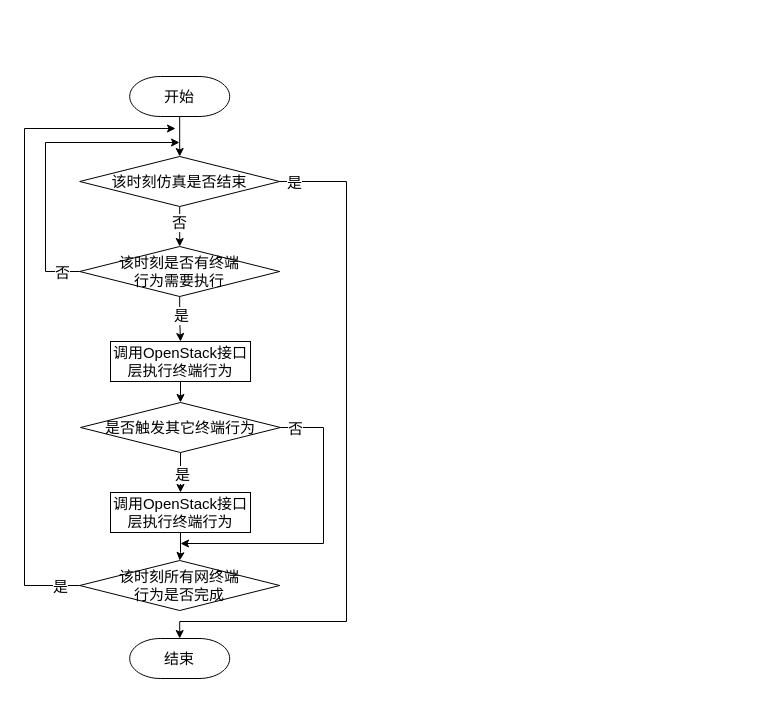
Before: page "动态网络仿真总体流程" (1 of 7) of 网络控制技术_流程图.drawio in Icarus1994/neutron_conf, a draw.io diagram. Source tidied: cells renumbered, new cells numbered last; positions are measured from the earlier drawing's top-left corner, leaving out a move shared by most shapes. Both pictures are drawn from the tidied source at 100%, with x=0, y=0 at pixel (24, 76).
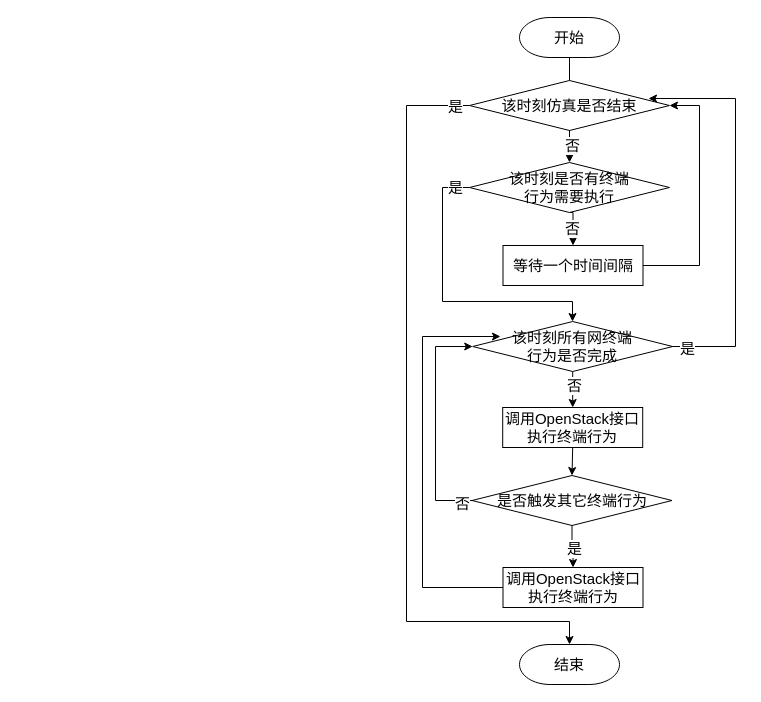
Above is the later version.

Commit message (it also covers changes not shown here):
Update 网络控制技术_流程图.drawio

Change to the diagram source:
```diff
@@
+    <mxCell id="27" style="edgeStyle=orthogonalEdgeStyle;rounded=0;jettySize=auto;html=1;exitX=0.5;exitY=1;exitDx=0;exitDy=0;exitPerimeter=0;entryX=0.5;entryY=0;entryDx=0;entryDy=0;entryPerimeter=0;fontSize=15;" parent="1" edge="1" source="2" target="22">
+      <mxGeometry relative="1" as="geometry" />
+    </mxCell>
+    <mxCell id="28" value="否" style="edgeLabel;html=1;align=center;verticalAlign=middle;fontSize=15;" parent="27" vertex="1">
+      <mxGeometry x="0.66" y="2" relative="1" as="geometry" />
+    </mxCell>
     <mxCell id="2" value="开始" style="strokeWidth=1;html=1;shape=mxgraph.flowchart.terminator;whiteSpace=wrap;fontSize=15;" parent="1" vertex="1">
-      <mxGeometry x="105.2" width="100" height="40" as="geometry" />
+      <mxGeometry x="495" y="-59" width="100" height="40" as="geometry" />
     </mxCell>
-    <mxCell id="3" style="edgeStyle=orthogonalEdgeStyle;rounded=0;jettySize=auto;html=1;exitX=0.5;exitY=1;exitDx=0;exitDy=0;exitPerimeter=0;entryX=0.5;entryY=0;entryDx=0;entryDy=0;strokeWidth=1;fontSize=15;" parent="1" edge="1" source="7" target="9">
-      <mxGeometry relative="1" as="geometry" />
-    </mxCell>
-    <mxCell id="4" value="是" style="text;html=1;align=center;verticalAlign=middle;labelBackgroundColor=#ffffff;fontSize=15;" parent="3" vertex="1">
-      <mxGeometry x="0.05" y="1" relative="1" as="geometry" />
-    </mxCell>
-    <mxCell id="5" style="edgeStyle=orthogonalEdgeStyle;rounded=0;jettySize=auto;html=1;exitX=1;exitY=0.5;exitDx=0;exitDy=0;exitPerimeter=0;strokeWidth=1;fontSize=15;" parent="1" edge="1" source="7">
-      <mxGeometry relative="1" as="geometry">
-        <mxPoint x="156" y="467" as="targetPoint" />
-        <Array as="points">
-          <mxPoint x="299" y="351" />
-          <mxPoint x="299" y="467" />
-        </Array>
-      </mxGeometry>
-    </mxCell>
-    <mxCell id="6" value="否" style="text;html=1;align=center;verticalAlign=middle;labelBackgroundColor=#ffffff;fontSize=15;" parent="5" vertex="1">
-      <mxGeometry x="-0.85" relative="1" as="geometry">
-        <mxPoint x="-8.2" as="offset" />
-      </mxGeometry>
-    </mxCell>
+    <mxCell id="29" style="edgeStyle=orthogonalEdgeStyle;rounded=0;jettySize=auto;html=1;exitX=0.5;exitY=1;exitDx=0;exitDy=0;exitPerimeter=0;entryX=0.5;entryY=0;entryDx=0;entryDy=0;strokeWidth=1;fontSize=15;" parent="1" edge="1" source="7" target="34">
+      <mxGeometry relative="1" as="geometry" />
+    </mxCell>
+    <mxCell id="30" value="是" style="text;html=1;align=center;verticalAlign=middle;labelBackgroundColor=#ffffff;fontSize=15;" parent="29" vertex="1">
+      <mxGeometry x="0.05" y="1" relative="1" as="geometry" />
+    </mxCell>
+    <mxCell id="31" style="edgeStyle=orthogonalEdgeStyle;rounded=0;jettySize=auto;html=1;exitX=0;exitY=0.5;exitDx=0;exitDy=0;exitPerimeter=0;entryX=0;entryY=0.5;entryDx=0;entryDy=0;entryPerimeter=0;fontSize=15;" parent="1" edge="1" source="7" target="18">
+      <mxGeometry relative="1" as="geometry">
+        <Array as="points">
+          <mxPoint x="411" y="424" />
+          <mxPoint x="411" y="270" />
+        </Array>
+      </mxGeometry>
+    </mxCell>
+    <mxCell id="32" value="否" style="edgeLabel;html=1;align=center;verticalAlign=middle;fontSize=15;" parent="31" vertex="1">
+      <mxGeometry x="-0.9" y="2" relative="1" as="geometry">
+        <mxPoint x="1" as="offset" />
+      </mxGeometry>
+    </mxCell>
     <mxCell id="7" value="&lt;span style=&quot;font-size: 15px&quot;&gt;是否触发其它终端行为&lt;br style=&quot;font-size: 15px&quot;&gt;&lt;/span&gt;" style="strokeWidth=1;html=1;shape=mxgraph.flowchart.decision;whiteSpace=wrap;fontSize=15;" parent="1" vertex="1">
-      <mxGeometry x="56" y="326" width="200" height="50" as="geometry" />
+      <mxGeometry x="447.5" y="399" width="200" height="50" as="geometry" />
     </mxCell>
-    <mxCell id="8" style="edgeStyle=orthogonalEdgeStyle;rounded=0;jettySize=auto;html=1;exitX=0.5;exitY=1;exitDx=0;exitDy=0;strokeWidth=1;fontSize=15;" parent="1" edge="1" source="9" target="18">
-      <mxGeometry relative="1" as="geometry" />
-    </mxCell>
-    <mxCell id="9" value="&lt;font style=&quot;font-size: 15px&quot;&gt;调用OpenStack接口层执行终端行为&lt;/font&gt;" style="rounded=0;whiteSpace=wrap;html=1;strokeWidth=1;fontSize=15;" parent="1" vertex="1">
-      <mxGeometry x="86" y="416" width="140" height="40" as="geometry" />
-    </mxCell>
-    <mxCell id="10" style="edgeStyle=orthogonalEdgeStyle;rounded=0;jettySize=auto;html=1;exitX=0.5;exitY=1;exitDx=0;exitDy=0;exitPerimeter=0;entryX=0.5;entryY=0;entryDx=0;entryDy=0;entryPerimeter=0;strokeWidth=1;fontSize=15;" parent="1" edge="1" source="14" target="22">
-      <mxGeometry relative="1" as="geometry" />
-    </mxCell>
-    <mxCell id="11" value="否" style="text;html=1;align=center;verticalAlign=middle;labelBackgroundColor=#ffffff;fontSize=15;" parent="10" vertex="1">
-      <mxGeometry x="-0.25" y="-1" relative="1" as="geometry" />
-    </mxCell>
+    <mxCell id="33" style="edgeStyle=orthogonalEdgeStyle;rounded=0;jettySize=auto;html=1;exitX=0;exitY=0.5;exitDx=0;exitDy=0;entryX=0.139;entryY=0.3;entryDx=0;entryDy=0;entryPerimeter=0;fontSize=15;" parent="1" edge="1" source="34" target="18">
+      <mxGeometry relative="1" as="geometry">
+        <Array as="points">
+          <mxPoint x="398" y="511" />
+          <mxPoint x="398" y="260" />
+        </Array>
+      </mxGeometry>
+    </mxCell>
+    <mxCell id="34" value="&lt;font style=&quot;font-size: 15px&quot;&gt;调用OpenStack接口执行终端行为&lt;/font&gt;" style="rounded=0;whiteSpace=wrap;html=1;strokeWidth=1;fontSize=15;" parent="1" vertex="1">
+      <mxGeometry x="478.5" y="491" width="140" height="40" as="geometry" />
+    </mxCell>
-    <mxCell id="12" style="edgeStyle=orthogonalEdgeStyle;rounded=0;jettySize=auto;html=1;exitX=1;exitY=0.5;exitDx=0;exitDy=0;exitPerimeter=0;entryX=0.5;entryY=0;entryDx=0;entryDy=0;entryPerimeter=0;fontSize=15;" parent="1" edge="1" source="14" target="15">
+    <mxCell id="12" style="edgeStyle=orthogonalEdgeStyle;rounded=0;jettySize=auto;html=1;exitX=0;exitY=0.5;exitDx=0;exitDy=0;exitPerimeter=0;entryX=0.5;entryY=0;entryDx=0;entryDy=0;entryPerimeter=0;fontSize=15;" parent="1" edge="1" source="14" target="15">
       <mxGeometry relative="1" as="geometry">
         <Array as="points">
-          <mxPoint x="322" y="105" />
-          <mxPoint x="322" y="545" />
-          <mxPoint x="155" y="545" />
+          <mxPoint x="382" y="29" />
+          <mxPoint x="382" y="545" />
+          <mxPoint x="545" y="545" />
         </Array>
       </mxGeometry>
     </mxCell>
-    <mxCell id="13" value="是" style="edgeLabel;html=1;align=center;verticalAlign=middle;fontSize=15;" parent="12" vertex="1">
-      <mxGeometry x="-0.96" relative="1" as="geometry" />
-    </mxCell>
+    <mxCell id="35" value="是" style="edgeLabel;html=1;align=center;verticalAlign=middle;fontSize=15;" parent="12" vertex="1">
+      <mxGeometry x="-0.96" relative="1" as="geometry" />
+    </mxCell>
     <mxCell id="14" value="&lt;span style=&quot;font-size: 15px&quot;&gt;该时刻仿真是否结束&lt;br style=&quot;font-size: 15px&quot;&gt;&lt;/span&gt;" style="strokeWidth=1;html=1;shape=mxgraph.flowchart.decision;whiteSpace=wrap;fontSize=15;" parent="1" vertex="1">
-      <mxGeometry x="55.2" y="80" width="200" height="50" as="geometry" />
+      <mxGeometry x="445" y="4" width="200" height="50" as="geometry" />
     </mxCell>
     <mxCell id="15" value="结束" style="strokeWidth=1;html=1;shape=mxgraph.flowchart.terminator;whiteSpace=wrap;fontSize=15;" parent="1" vertex="1">
-      <mxGeometry x="105.2" y="562" width="100" height="40" as="geometry" />
+      <mxGeometry x="495" y="568" width="100" height="40" as="geometry" />
     </mxCell>
-    <mxCell id="16" style="edgeStyle=orthogonalEdgeStyle;rounded=0;jettySize=auto;html=1;exitX=0;exitY=0.5;exitDx=0;exitDy=0;exitPerimeter=0;strokeWidth=1;fontSize=15;" parent="1" edge="1" source="18">
-      <mxGeometry relative="1" as="geometry">
-        <mxPoint x="151" y="52" as="targetPoint" />
-        <Array as="points">
-          <mxPoint y="509" />
-          <mxPoint y="52" />
-        </Array>
-      </mxGeometry>
-    </mxCell>
-    <mxCell id="17" value="是" style="text;html=1;align=center;verticalAlign=middle;labelBackgroundColor=#ffffff;fontSize=15;" parent="16" vertex="1">
-      <mxGeometry x="-0.94" relative="1" as="geometry" />
-    </mxCell>
+    <mxCell id="36" style="edgeStyle=orthogonalEdgeStyle;rounded=0;jettySize=auto;html=1;exitX=0.5;exitY=1;exitDx=0;exitDy=0;exitPerimeter=0;entryX=0.5;entryY=0;entryDx=0;entryDy=0;fontSize=15;" parent="1" edge="1" source="18" target="45">
+      <mxGeometry relative="1" as="geometry" />
+    </mxCell>
+    <mxCell id="37" value="否" style="edgeLabel;html=1;align=center;verticalAlign=middle;fontSize=15;" parent="36" vertex="1">
+      <mxGeometry x="-0.28" y="1" relative="1" as="geometry" />
+    </mxCell>
+    <mxCell id="38" style="edgeStyle=orthogonalEdgeStyle;rounded=0;jettySize=auto;html=1;exitX=1;exitY=0.5;exitDx=0;exitDy=0;exitPerimeter=0;entryX=0.895;entryY=0.36;entryDx=0;entryDy=0;entryPerimeter=0;fontSize=15;" parent="1" edge="1" source="18" target="14">
+      <mxGeometry relative="1" as="geometry">
+        <Array as="points">
+          <mxPoint x="711" y="270" />
+          <mxPoint x="711" y="22" />
+        </Array>
+      </mxGeometry>
+    </mxCell>
+    <mxCell id="39" value="是" style="edgeLabel;html=1;align=center;verticalAlign=middle;fontSize=15;" parent="38" vertex="1">
+      <mxGeometry x="-0.93" y="-1" relative="1" as="geometry" />
+    </mxCell>
     <mxCell id="18" value="&lt;span style=&quot;font-size: 15px&quot;&gt;该时刻所有网终端&lt;br&gt;行为是否完成&lt;br style=&quot;font-size: 15px&quot;&gt;&lt;/span&gt;" style="strokeWidth=1;html=1;shape=mxgraph.flowchart.decision;whiteSpace=wrap;fontSize=15;" parent="1" vertex="1">
-      <mxGeometry x="55.2" y="484" width="200" height="50" as="geometry" />
+      <mxGeometry x="448.2" y="245" width="200" height="50" as="geometry" />
     </mxCell>
-    <mxCell id="19" style="edgeStyle=orthogonalEdgeStyle;rounded=0;jettySize=auto;html=1;exitX=0.5;exitY=1;exitDx=0;exitDy=0;exitPerimeter=0;entryX=0.5;entryY=0;entryDx=0;entryDy=0;strokeWidth=1;fontSize=15;" parent="1" edge="1" source="22" target="24">
-      <mxGeometry relative="1" as="geometry" />
-    </mxCell>
-    <mxCell id="20" value="是" style="edgeLabel;html=1;align=center;verticalAlign=middle;fontSize=15;" parent="19" vertex="1">
-      <mxGeometry x="-0.21" y="1" relative="1" as="geometry" />
-    </mxCell>
-    <mxCell id="21" style="edgeStyle=orthogonalEdgeStyle;rounded=0;jettySize=auto;html=1;exitX=0;exitY=0.5;exitDx=0;exitDy=0;exitPerimeter=0;fontSize=15;" parent="1" edge="1" source="22">
-      <mxGeometry relative="1" as="geometry">
-        <mxPoint x="155" y="66" as="targetPoint" />
-        <Array as="points">
-          <mxPoint x="21" y="195" />
-          <mxPoint x="21" y="66" />
-        </Array>
-      </mxGeometry>
-    </mxCell>
+    <mxCell id="40" style="edgeStyle=orthogonalEdgeStyle;rounded=0;jettySize=auto;html=1;exitX=0.5;exitY=1;exitDx=0;exitDy=0;exitPerimeter=0;entryX=0.5;entryY=0;entryDx=0;entryDy=0;fontSize=15;" parent="1" edge="1" source="22" target="47">
+      <mxGeometry relative="1" as="geometry" />
+    </mxCell>
+    <mxCell id="41" value="否" style="edgeLabel;html=1;align=center;verticalAlign=middle;fontSize=15;" parent="40" vertex="1">
+      <mxGeometry x="0.02" y="-1" relative="1" as="geometry" />
+    </mxCell>
+    <mxCell id="42" style="edgeStyle=orthogonalEdgeStyle;rounded=0;jettySize=auto;html=1;exitX=0;exitY=0.5;exitDx=0;exitDy=0;exitPerimeter=0;fontSize=15;" parent="1" edge="1" source="22">
+      <mxGeometry relative="1" as="geometry">
+        <mxPoint x="548" y="245" as="targetPoint" />
+        <Array as="points">
+          <mxPoint x="418" y="111" />
+          <mxPoint x="418" y="225" />
+          <mxPoint x="548" y="225" />
+        </Array>
+      </mxGeometry>
+    </mxCell>
+    <mxCell id="43" value="是" style="edgeLabel;html=1;align=center;verticalAlign=middle;fontSize=15;" parent="42" vertex="1">
+      <mxGeometry x="-0.9" y="-1" relative="1" as="geometry" />
+    </mxCell>
     <mxCell id="22" value="该时刻是否有终端&lt;br&gt;行为&lt;span style=&quot;font-size: 15px&quot;&gt;需要执行&lt;br style=&quot;font-size: 15px&quot;&gt;&lt;/span&gt;" style="strokeWidth=1;html=1;shape=mxgraph.flowchart.decision;whiteSpace=wrap;fontSize=15;" parent="1" vertex="1">
-      <mxGeometry x="55.2" y="170" width="200" height="50" as="geometry" />
+      <mxGeometry x="445" y="86" width="200" height="50" as="geometry" />
     </mxCell>
-    <mxCell id="23" style="edgeStyle=orthogonalEdgeStyle;rounded=0;jettySize=auto;html=1;exitX=0.5;exitY=1;exitDx=0;exitDy=0;entryX=0.5;entryY=0;entryDx=0;entryDy=0;entryPerimeter=0;" parent="1" edge="1" source="24" target="7">
-      <mxGeometry relative="1" as="geometry" />
-    </mxCell>
-    <mxCell id="24" value="&lt;font style=&quot;font-size: 15px&quot;&gt;调用OpenStack接口层执行终端行为&lt;/font&gt;" style="rounded=0;whiteSpace=wrap;html=1;strokeWidth=1;fontSize=15;" parent="1" vertex="1">
-      <mxGeometry x="86" y="265" width="140" height="40" as="geometry" />
-    </mxCell>
-    <mxCell id="25" value="否" style="text;html=1;align=center;verticalAlign=middle;labelBackgroundColor=#ffffff;fontSize=15;" parent="1" vertex="1">
-      <mxGeometry x="37" y="195" as="geometry" />
-    </mxCell>
-    <mxCell id="26" style="edgeStyle=orthogonalEdgeStyle;rounded=0;jettySize=auto;html=1;exitX=0.5;exitY=1;exitDx=0;exitDy=0;entryX=0.5;entryY=0;entryDx=0;entryDy=0;entryPerimeter=0;fontSize=15;exitPerimeter=0;" parent="1" edge="1" source="2" target="14">
-      <mxGeometry relative="1" as="geometry" />
-    </mxCell>
+    <mxCell id="44" style="edgeStyle=orthogonalEdgeStyle;rounded=0;jettySize=auto;html=1;exitX=0.5;exitY=1;exitDx=0;exitDy=0;entryX=0.5;entryY=0;entryDx=0;entryDy=0;entryPerimeter=0;" parent="1" edge="1" source="45" target="7">
+      <mxGeometry relative="1" as="geometry" />
+    </mxCell>
+    <mxCell id="45" value="&lt;font style=&quot;font-size: 15px&quot;&gt;调用OpenStack接口执行终端行为&lt;/font&gt;" style="rounded=0;whiteSpace=wrap;html=1;strokeWidth=1;fontSize=15;" parent="1" vertex="1">
+      <mxGeometry x="478.2" y="331" width="140" height="40" as="geometry" />
+    </mxCell>
+    <mxCell id="46" style="edgeStyle=orthogonalEdgeStyle;rounded=0;jettySize=auto;html=1;exitX=1;exitY=0.5;exitDx=0;exitDy=0;entryX=1;entryY=0.5;entryDx=0;entryDy=0;entryPerimeter=0;fontSize=15;" parent="1" edge="1" source="47" target="14">
+      <mxGeometry relative="1" as="geometry">
+        <Array as="points">
+          <mxPoint x="675" y="189" />
+          <mxPoint x="675" y="29" />
+        </Array>
+      </mxGeometry>
+    </mxCell>
+    <mxCell id="47" value="&lt;font style=&quot;font-size: 15px&quot;&gt;等待一个时间间隔&lt;/font&gt;" style="rounded=0;whiteSpace=wrap;html=1;strokeWidth=1;fontSize=15;" parent="1" vertex="1">
+      <mxGeometry x="478.5" y="169" width="140" height="40" as="geometry" />
+    </mxCell>
```
